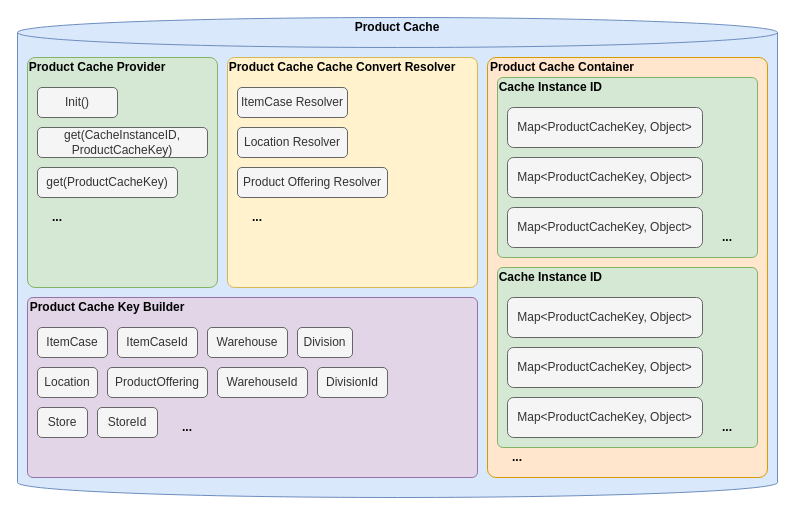
Earlier version of the draw.io diagram Product Cache Structure.drawio (dajin-kingland/UMLdiagrams). Source tidied: cells renumbered, new cells numbered last; positions are measured from the earlier drawing's top-left corner, leaving out a move shared by most shapes. Both pictures are drawn from the tidied source at 100%, with x=0, y=0 at pixel (17, 17).
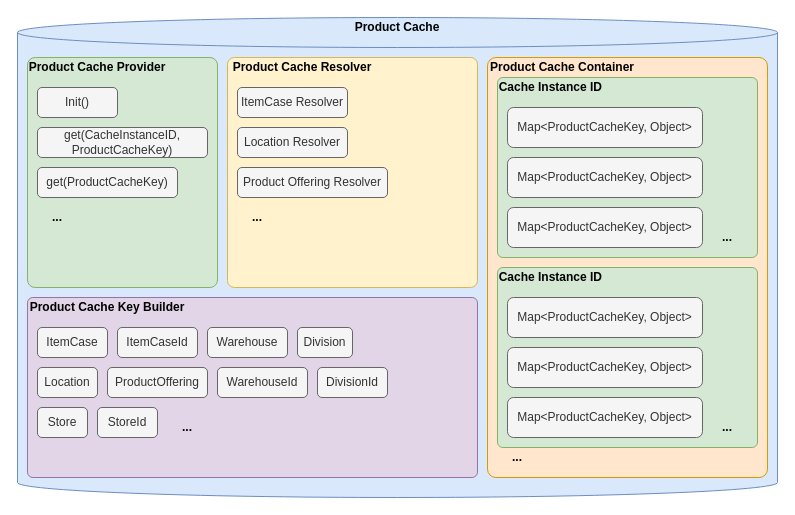
After the change.

Diff of the diagram source:
```diff
@@
-    <mxCell id="10" value="&lt;b&gt;Product Cache Cache Convert Resolver&lt;/b&gt;" style="text;html=1;strokeColor=none;fillColor=none;align=center;verticalAlign=middle;whiteSpace=wrap;rounded=0;" parent="1" vertex="1">
-      <mxGeometry x="210" y="40" width="230" height="20" as="geometry" />
+    <mxCell id="10" value="&lt;b&gt;Product Cache Resolver&lt;/b&gt;" style="text;html=1;strokeColor=none;fillColor=none;align=center;verticalAlign=middle;whiteSpace=wrap;rounded=0;" parent="1" vertex="1">
+      <mxGeometry x="210" y="40" width="150" height="20" as="geometry" />
     </mxCell>
```
